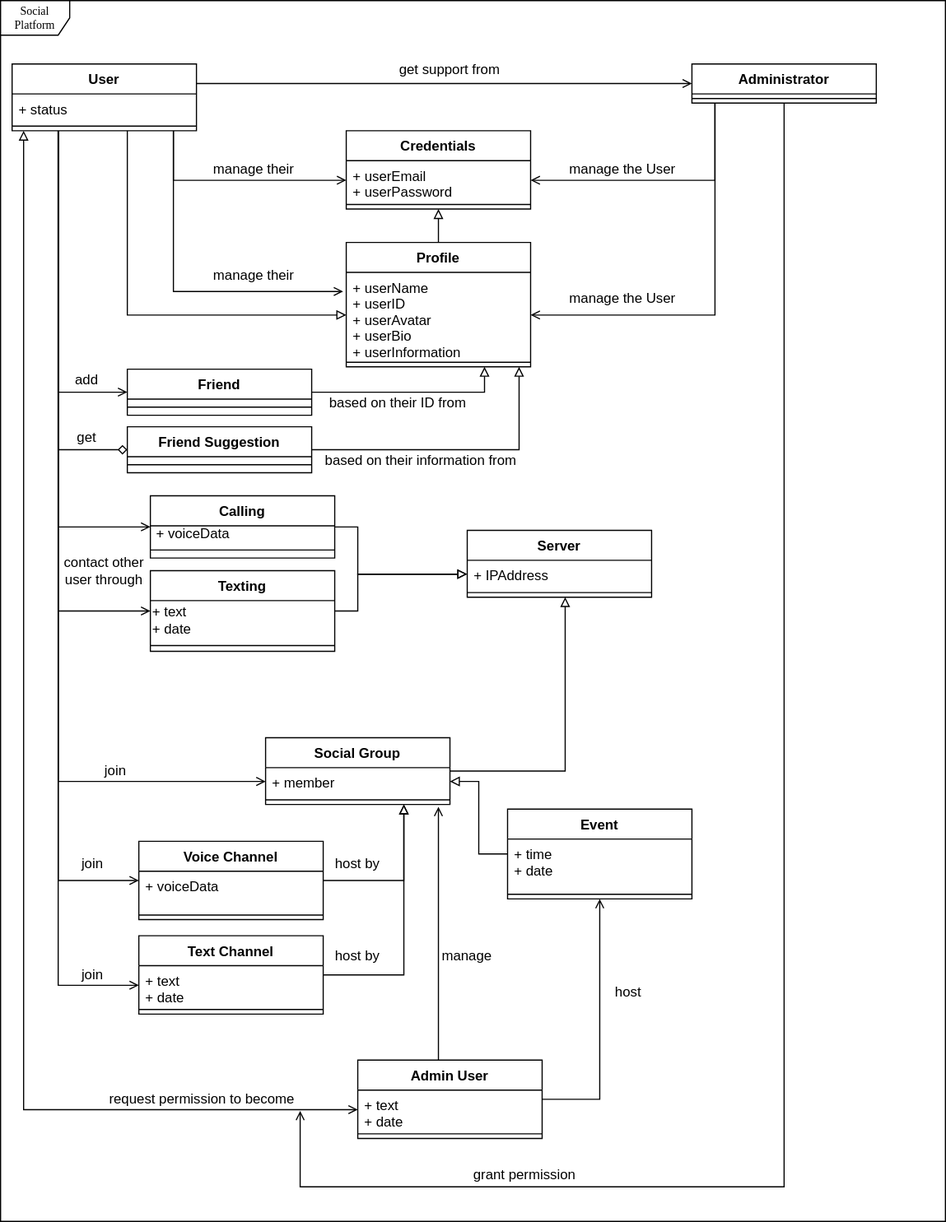
TimeBandit2k/SixFeetPlease keeps this draw.io diagram as UML Object.svg. Above is the earlier version. Source tidied: cells renumbered, new cells last; positions are measured from the earlier drawing's top-left corner, leaving out a move shared by most shapes.
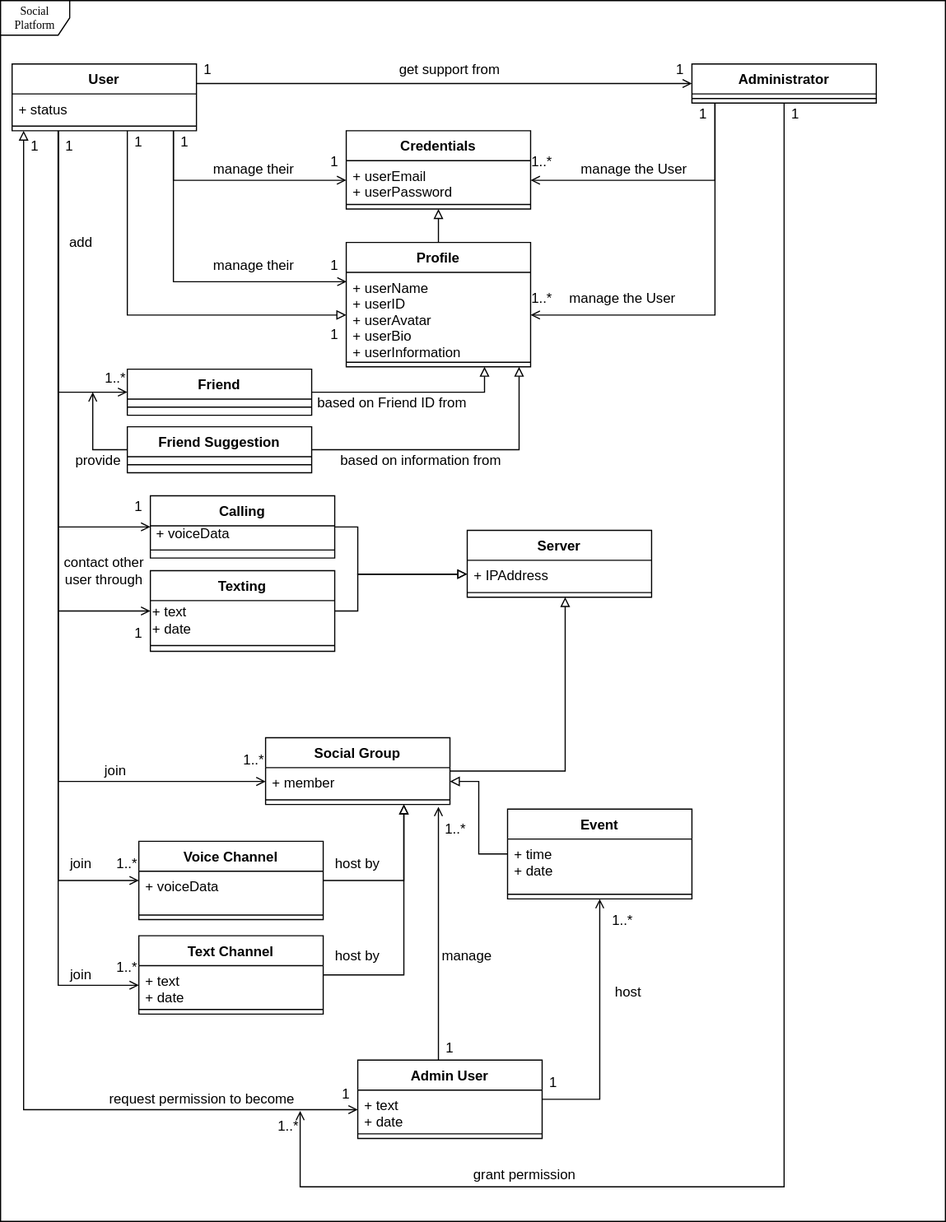
After the change.

Commit message:
UML Object v1.1.svg

What changed in the source:
```diff
@@ -8,7 +8,7 @@
     <mxCell id="3" style="edgeStyle=orthogonalEdgeStyle;rounded=0;jettySize=auto;html=1;entryX=0.002;entryY=0.109;entryDx=0;entryDy=0;startArrow=none;startFill=0;endArrow=open;endFill=0;entryPerimeter=0;" parent="1" edge="1" source="15" target="35">
       <mxGeometry relative="1" as="geometry">
         <Array as="points">
-          <mxPoint x="150" y="253" />
+          <mxPoint x="150" y="244" />
         </Array>
       </mxGeometry>
     </mxCell>
@@ -67,14 +67,6 @@
         </Array>
       </mxGeometry>
     </mxCell>
-    <mxCell id="10" style="edgeStyle=elbowEdgeStyle;rounded=0;jettySize=auto;html=1;entryX=0;entryY=0.5;entryDx=0;entryDy=0;startArrow=none;startFill=0;endArrow=diamond;endFill=0;" parent="1" edge="1" source="15" target="48">
-      <mxGeometry relative="1" as="geometry">
-        <Array as="points">
-          <mxPoint x="50" y="180" />
-          <mxPoint x="30" y="190" />
-        </Array>
-      </mxGeometry>
-    </mxCell>
     <mxCell id="11" style="edgeStyle=elbowEdgeStyle;rounded=0;jettySize=auto;html=1;entryX=0;entryY=0.5;entryDx=0;entryDy=0;startArrow=none;startFill=0;endArrow=open;endFill=0;" parent="1" edge="1" source="15" target="68">
       <mxGeometry relative="1" as="geometry">
         <Array as="points">
@@ -132,7 +124,7 @@
       <mxGeometry x="170" y="137" width="100" height="20" as="geometry" />
     </mxCell>
     <mxCell id="23" value="manage their" style="text;html=1;strokeColor=none;fillColor=none;align=center;verticalAlign=middle;whiteSpace=wrap;rounded=0;" parent="1" vertex="1">
-      <mxGeometry x="170" y="229" width="100" height="20" as="geometry" />
+      <mxGeometry x="170" y="220" width="100" height="20" as="geometry" />
     </mxCell>
     <mxCell id="24" style="edgeStyle=elbowEdgeStyle;rounded=0;jettySize=auto;html=1;entryX=1;entryY=0.5;entryDx=0;entryDy=0;startArrow=none;startFill=0;endArrow=open;endFill=0;" parent="1" edge="1" source="38" target="35">
       <mxGeometry relative="1" as="geometry">
@@ -150,7 +142,7 @@
       </mxGeometry>
     </mxCell>
     <mxCell id="26" value="manage the User" style="text;html=1;strokeColor=none;fillColor=none;align=center;verticalAlign=middle;whiteSpace=wrap;rounded=0;" parent="1" vertex="1">
-      <mxGeometry x="490" y="137" width="100" height="20" as="geometry" />
+      <mxGeometry x="500" y="137" width="100" height="20" as="geometry" />
     </mxCell>
     <mxCell id="27" value="manage the User" style="text;html=1;strokeColor=none;fillColor=none;align=center;verticalAlign=middle;whiteSpace=wrap;rounded=0;" parent="1" vertex="1">
       <mxGeometry x="490" y="249" width="100" height="20" as="geometry" />
@@ -236,10 +228,10 @@
       </mxGeometry>
     </mxCell>
     <mxCell id="45" value="add" style="text;html=1;strokeColor=none;fillColor=none;align=center;verticalAlign=middle;whiteSpace=wrap;rounded=0;" parent="1" vertex="1">
-      <mxGeometry x="55" y="320" width="40" height="20" as="geometry" />
+      <mxGeometry x="50" y="200" width="40" height="20" as="geometry" />
     </mxCell>
-    <mxCell id="46" value="based on their ID from" style="text;html=1;strokeColor=none;fillColor=none;align=center;verticalAlign=middle;whiteSpace=wrap;rounded=0;" parent="1" vertex="1">
-      <mxGeometry x="280" y="340" width="130" height="20" as="geometry" />
+    <mxCell id="46" value="based on Friend ID from" style="text;html=1;strokeColor=none;fillColor=none;align=center;verticalAlign=middle;whiteSpace=wrap;rounded=0;" parent="1" vertex="1">
+      <mxGeometry x="270" y="340" width="140" height="20" as="geometry" />
     </mxCell>
     <mxCell id="47" style="edgeStyle=elbowEdgeStyle;rounded=0;jettySize=auto;html=1;startArrow=none;startFill=0;endArrow=block;endFill=0;" parent="1" edge="1" source="48">
       <mxGeometry relative="1" as="geometry">
@@ -250,6 +242,11 @@
         </Array>
       </mxGeometry>
     </mxCell>
+    <mxCell id="87" style="edgeStyle=orthogonalEdgeStyle;rounded=0;jettySize=auto;html=1;endArrow=open;endFill=0;" parent="1" edge="1" source="48">
+      <mxGeometry relative="1" as="geometry">
+        <mxPoint x="80" y="340" as="targetPoint" />
+      </mxGeometry>
+    </mxCell>
     <mxCell id="48" value="Friend Suggestion" style="swimlane;fontStyle=1;align=center;verticalAlign=top;horizontal=1;startSize=26;" parent="1" vertex="1">
       <mxGeometry x="110" y="370" width="160" height="40" as="geometry" />
     </mxCell>
@@ -262,10 +259,10 @@
     <mxCell id="51" style="line;strokeWidth=1;fillColor=none;align=left;verticalAlign=middle;spacingTop=-1;spacingLeft=3;spacingRight=3;labelPosition=right;" parent="50" vertex="1">
       <mxGeometry y="26" width="160" height="14" as="geometry" />
     </mxCell>
-    <mxCell id="52" value="get" style="text;html=1;strokeColor=none;fillColor=none;align=center;verticalAlign=middle;whiteSpace=wrap;rounded=0;" parent="1" vertex="1">
-      <mxGeometry x="55" y="370" width="40" height="20" as="geometry" />
+    <mxCell id="52" value="provide" style="text;html=1;strokeColor=none;fillColor=none;align=center;verticalAlign=middle;whiteSpace=wrap;rounded=0;" parent="1" vertex="1">
+      <mxGeometry x="60" y="390" width="50" height="20" as="geometry" />
     </mxCell>
-    <mxCell id="53" value="based on their information from" style="text;html=1;strokeColor=none;fillColor=none;align=center;verticalAlign=middle;whiteSpace=wrap;rounded=0;" parent="1" vertex="1">
+    <mxCell id="53" value="based on information from" style="text;html=1;strokeColor=none;fillColor=none;align=center;verticalAlign=middle;whiteSpace=wrap;rounded=0;" parent="1" vertex="1">
       <mxGeometry x="280" y="390" width="170" height="20" as="geometry" />
     </mxCell>
     <mxCell id="54" value="join" style="text;html=1;strokeColor=none;fillColor=none;align=center;verticalAlign=middle;whiteSpace=wrap;rounded=0;" parent="1" vertex="1">
@@ -334,10 +331,10 @@
       <mxGeometry y="50" width="160" height="8" as="geometry" />
     </mxCell>
     <mxCell id="70" value="join" style="text;html=1;strokeColor=none;fillColor=none;align=center;verticalAlign=middle;whiteSpace=wrap;rounded=0;" parent="1" vertex="1">
-      <mxGeometry x="60" y="740" width="40" height="20" as="geometry" />
+      <mxGeometry x="50" y="740" width="40" height="20" as="geometry" />
     </mxCell>
     <mxCell id="71" value="join" style="text;html=1;strokeColor=none;fillColor=none;align=center;verticalAlign=middle;whiteSpace=wrap;rounded=0;" parent="1" vertex="1">
-      <mxGeometry x="60" y="836" width="40" height="20" as="geometry" />
+      <mxGeometry x="50" y="836" width="40" height="20" as="geometry" />
     </mxCell>
     <mxCell id="72" value="host by" style="text;html=1;strokeColor=none;fillColor=none;align=center;verticalAlign=middle;whiteSpace=wrap;rounded=0;" parent="1" vertex="1">
       <mxGeometry x="280" y="740" width="60" height="20" as="geometry" />
@@ -391,5 +388,80 @@
     <mxCell id="86" value="host" style="text;html=1;strokeColor=none;fillColor=none;align=center;verticalAlign=middle;whiteSpace=wrap;rounded=0;" parent="1" vertex="1">
       <mxGeometry x="520" y="820" width="50" height="82" as="geometry" />
     </mxCell>
+    <mxCell id="88" value="1" style="text;html=1;strokeColor=none;fillColor=none;align=center;verticalAlign=middle;whiteSpace=wrap;rounded=0;" parent="1" vertex="1">
+      <mxGeometry x="170" y="50" width="20" height="20" as="geometry" />
+    </mxCell>
+    <mxCell id="89" value="1" style="text;html=1;strokeColor=none;fillColor=none;align=center;verticalAlign=middle;whiteSpace=wrap;rounded=0;" parent="1" vertex="1">
+      <mxGeometry x="580" y="50" width="20" height="20" as="geometry" />
+    </mxCell>
+    <mxCell id="90" value="1" style="text;html=1;strokeColor=none;fillColor=none;align=center;verticalAlign=middle;whiteSpace=wrap;rounded=0;" parent="1" vertex="1">
+      <mxGeometry x="150" y="113" width="20" height="20" as="geometry" />
+    </mxCell>
+    <mxCell id="91" value="1" style="text;html=1;strokeColor=none;fillColor=none;align=center;verticalAlign=middle;whiteSpace=wrap;rounded=0;" parent="1" vertex="1">
+      <mxGeometry x="280" y="130" width="20" height="20" as="geometry" />
+    </mxCell>
+    <mxCell id="92" value="1" style="text;html=1;strokeColor=none;fillColor=none;align=center;verticalAlign=middle;whiteSpace=wrap;rounded=0;" parent="1" vertex="1">
+      <mxGeometry x="600" y="89" width="20" height="20" as="geometry" />
+    </mxCell>
+    <mxCell id="93" value="1..*" style="text;html=1;strokeColor=none;fillColor=none;align=center;verticalAlign=middle;whiteSpace=wrap;rounded=0;" parent="1" vertex="1">
+      <mxGeometry x="460" y="130" width="20" height="20" as="geometry" />
+    </mxCell>
+    <mxCell id="94" value="1..*" style="text;html=1;strokeColor=none;fillColor=none;align=center;verticalAlign=middle;whiteSpace=wrap;rounded=0;" parent="1" vertex="1">
+      <mxGeometry x="460" y="249" width="20" height="20" as="geometry" />
+    </mxCell>
+    <mxCell id="95" value="1" style="text;html=1;strokeColor=none;fillColor=none;align=center;verticalAlign=middle;whiteSpace=wrap;rounded=0;" parent="1" vertex="1">
+      <mxGeometry x="110" y="113" width="20" height="20" as="geometry" />
+    </mxCell>
+    <mxCell id="96" value="1" style="text;html=1;strokeColor=none;fillColor=none;align=center;verticalAlign=middle;whiteSpace=wrap;rounded=0;" parent="1" vertex="1">
+      <mxGeometry x="280" y="280" width="20" height="20" as="geometry" />
+    </mxCell>
+    <mxCell id="97" value="1" style="text;html=1;strokeColor=none;fillColor=none;align=center;verticalAlign=middle;whiteSpace=wrap;rounded=0;" parent="1" vertex="1">
+      <mxGeometry x="280" y="220" width="20" height="20" as="geometry" />
+    </mxCell>
+    <mxCell id="98" value="1" style="text;html=1;strokeColor=none;fillColor=none;align=center;verticalAlign=middle;whiteSpace=wrap;rounded=0;" parent="1" vertex="1">
+      <mxGeometry x="50" y="117" width="20" height="20" as="geometry" />
+    </mxCell>
+    <mxCell id="99" value="1..*" style="text;html=1;strokeColor=none;fillColor=none;align=center;verticalAlign=middle;whiteSpace=wrap;rounded=0;" parent="1" vertex="1">
+      <mxGeometry x="90" y="318" width="20" height="20" as="geometry" />
+    </mxCell>
+    <mxCell id="100" value="1" style="text;html=1;strokeColor=none;fillColor=none;align=center;verticalAlign=middle;whiteSpace=wrap;rounded=0;" parent="1" vertex="1">
+      <mxGeometry x="20" y="117" width="20" height="20" as="geometry" />
+    </mxCell>
+    <mxCell id="101" value="1" style="text;html=1;strokeColor=none;fillColor=none;align=center;verticalAlign=middle;whiteSpace=wrap;rounded=0;" parent="1" vertex="1">
+      <mxGeometry x="290" y="940" width="20" height="20" as="geometry" />
+    </mxCell>
+    <mxCell id="102" value="1" style="text;html=1;strokeColor=none;fillColor=none;align=center;verticalAlign=middle;whiteSpace=wrap;rounded=0;" parent="1" vertex="1">
+      <mxGeometry x="680" y="89" width="20" height="20" as="geometry" />
+    </mxCell>
+    <mxCell id="103" value="1..*" style="text;html=1;strokeColor=none;fillColor=none;align=center;verticalAlign=middle;whiteSpace=wrap;rounded=0;" parent="1" vertex="1">
+      <mxGeometry x="100" y="740" width="20" height="20" as="geometry" />
+    </mxCell>
+    <mxCell id="104" value="1..*" style="text;html=1;strokeColor=none;fillColor=none;align=center;verticalAlign=middle;whiteSpace=wrap;rounded=0;" parent="1" vertex="1">
+      <mxGeometry x="100" y="830" width="20" height="20" as="geometry" />
+    </mxCell>
+    <mxCell id="105" value="1..*" style="text;html=1;strokeColor=none;fillColor=none;align=center;verticalAlign=middle;whiteSpace=wrap;rounded=0;" parent="1" vertex="1">
+      <mxGeometry x="210" y="650" width="20" height="20" as="geometry" />
+    </mxCell>
+    <mxCell id="106" value="1" style="text;html=1;strokeColor=none;fillColor=none;align=center;verticalAlign=middle;whiteSpace=wrap;rounded=0;" parent="1" vertex="1">
+      <mxGeometry x="380" y="900" width="20" height="20" as="geometry" />
+    </mxCell>
+    <mxCell id="107" value="1..*" style="text;html=1;strokeColor=none;fillColor=none;align=center;verticalAlign=middle;whiteSpace=wrap;rounded=0;" parent="1" vertex="1">
+      <mxGeometry x="385" y="710" width="20" height="20" as="geometry" />
+    </mxCell>
+    <mxCell id="108" value="1..*" style="text;html=1;strokeColor=none;fillColor=none;align=center;verticalAlign=middle;whiteSpace=wrap;rounded=0;" parent="1" vertex="1">
+      <mxGeometry x="530" y="789" width="20" height="20" as="geometry" />
+    </mxCell>
+    <mxCell id="109" value="1" style="text;html=1;strokeColor=none;fillColor=none;align=center;verticalAlign=middle;whiteSpace=wrap;rounded=0;" parent="1" vertex="1">
+      <mxGeometry x="470" y="930" width="20" height="20" as="geometry" />
+    </mxCell>
+    <mxCell id="110" value="1" style="text;html=1;strokeColor=none;fillColor=none;align=center;verticalAlign=middle;whiteSpace=wrap;rounded=0;" parent="1" vertex="1">
+      <mxGeometry x="110" y="430" width="20" height="20" as="geometry" />
+    </mxCell>
+    <mxCell id="111" value="1" style="text;html=1;strokeColor=none;fillColor=none;align=center;verticalAlign=middle;whiteSpace=wrap;rounded=0;" parent="1" vertex="1">
+      <mxGeometry x="110" y="540" width="20" height="20" as="geometry" />
+    </mxCell>
+    <mxCell id="112" value="1..*" style="text;html=1;strokeColor=none;fillColor=none;align=center;verticalAlign=middle;whiteSpace=wrap;rounded=0;" parent="1" vertex="1">
+      <mxGeometry x="240" y="968" width="20" height="20" as="geometry" />
+    </mxCell>
   </root>
 </mxGraphModel>
```
